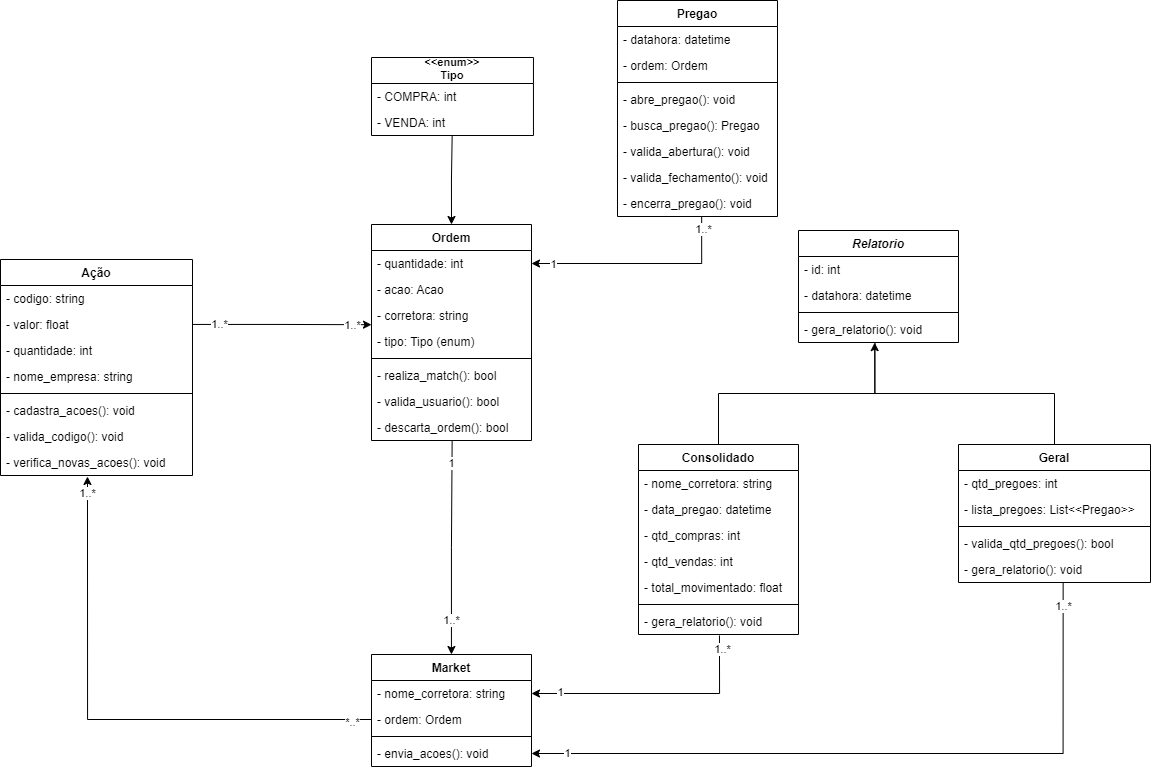
This is dealbroker/classes/diagrama-classe.png from milenatteixeira/stockfei, a draw.io export, as it was before one commit. Source tidied: cells renumbered, new cells last; positions are measured from the earlier drawing's top-left corner, leaving out a move shared by most shapes.
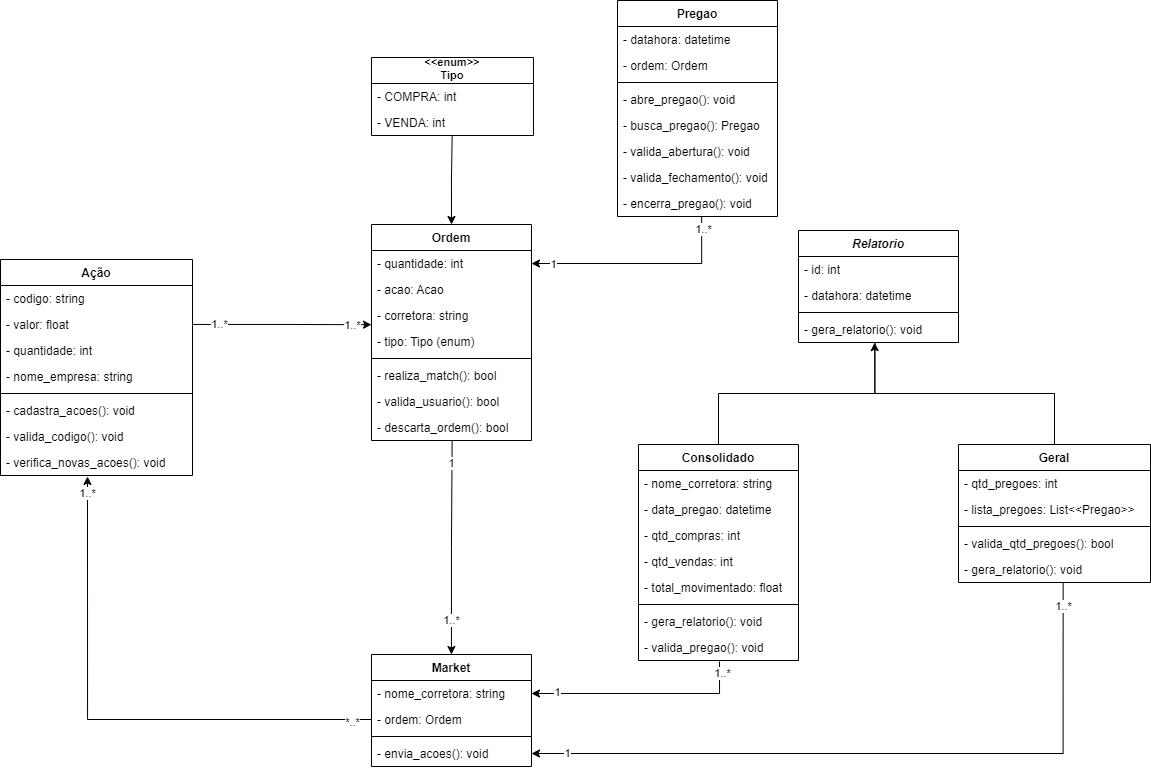
After the commit.

What changed in the source:
```diff
@@ -76,7 +76,7 @@
       <mxGeometry relative="1" as="geometry" />
     </mxCell>
     <mxCell id="25" value="Consolidado" style="swimlane;fontStyle=1;align=center;verticalAlign=top;horizontal=1;startSize=26;" parent="1" vertex="1">
-      <mxGeometry x="638" y="444" width="160" height="190" as="geometry" />
+      <mxGeometry x="638" y="444" width="160" height="216" as="geometry" />
     </mxCell>
     <mxCell id="26" value="- nome_corretora: string" style="text;strokeColor=none;fillColor=none;align=left;verticalAlign=top;spacingLeft=4;spacingRight=4;overflow=hidden;" parent="25" vertex="1">
       <mxGeometry y="26" width="160" height="26" as="geometry" />
@@ -96,8 +96,11 @@
     <mxCell id="31" style="line;strokeWidth=1;fillColor=none;align=left;verticalAlign=middle;spacingTop=-1;spacingLeft=3;spacingRight=3;labelPosition=right;" parent="25" vertex="1">
       <mxGeometry y="156" width="160" height="8" as="geometry" />
     </mxCell>
+    <mxCell id="77" value="- gera_relatorio(): void" style="text;strokeColor=none;fillColor=none;align=left;verticalAlign=top;spacingLeft=4;spacingRight=4;overflow=hidden;" parent="25" vertex="1">
+      <mxGeometry y="164" width="160" height="26" as="geometry" />
+    </mxCell>
-    <mxCell id="32" value="- gera_relatorio(): void" style="text;strokeColor=none;fillColor=none;align=left;verticalAlign=top;spacingLeft=4;spacingRight=4;overflow=hidden;points=[[0,0.5],[1,0.5]];portConstraint=eastwest;" parent="25" vertex="1">
-      <mxGeometry y="164" width="160" height="26" as="geometry" />
+    <mxCell id="32" value="- valida_pregao(): void" style="text;strokeColor=none;fillColor=none;align=left;verticalAlign=top;spacingLeft=4;spacingRight=4;overflow=hidden;points=[[0,0.5],[1,0.5]];portConstraint=eastwest;" parent="25" vertex="1">
+      <mxGeometry y="190" width="160" height="26" as="geometry" />
     </mxCell>
     <mxCell id="33" style="edgeStyle=orthogonalEdgeStyle;rounded=0;jettySize=auto;html=1;exitX=0.5;exitY=0;exitDx=0;exitDy=0;entryX=0.476;entryY=1.005;entryDx=0;entryDy=0;entryPerimeter=0;startArrow=none;startFill=0;endArrow=classic;endFill=1;" parent="1" edge="1" source="34">
       <mxGeometry relative="1" as="geometry">
```
